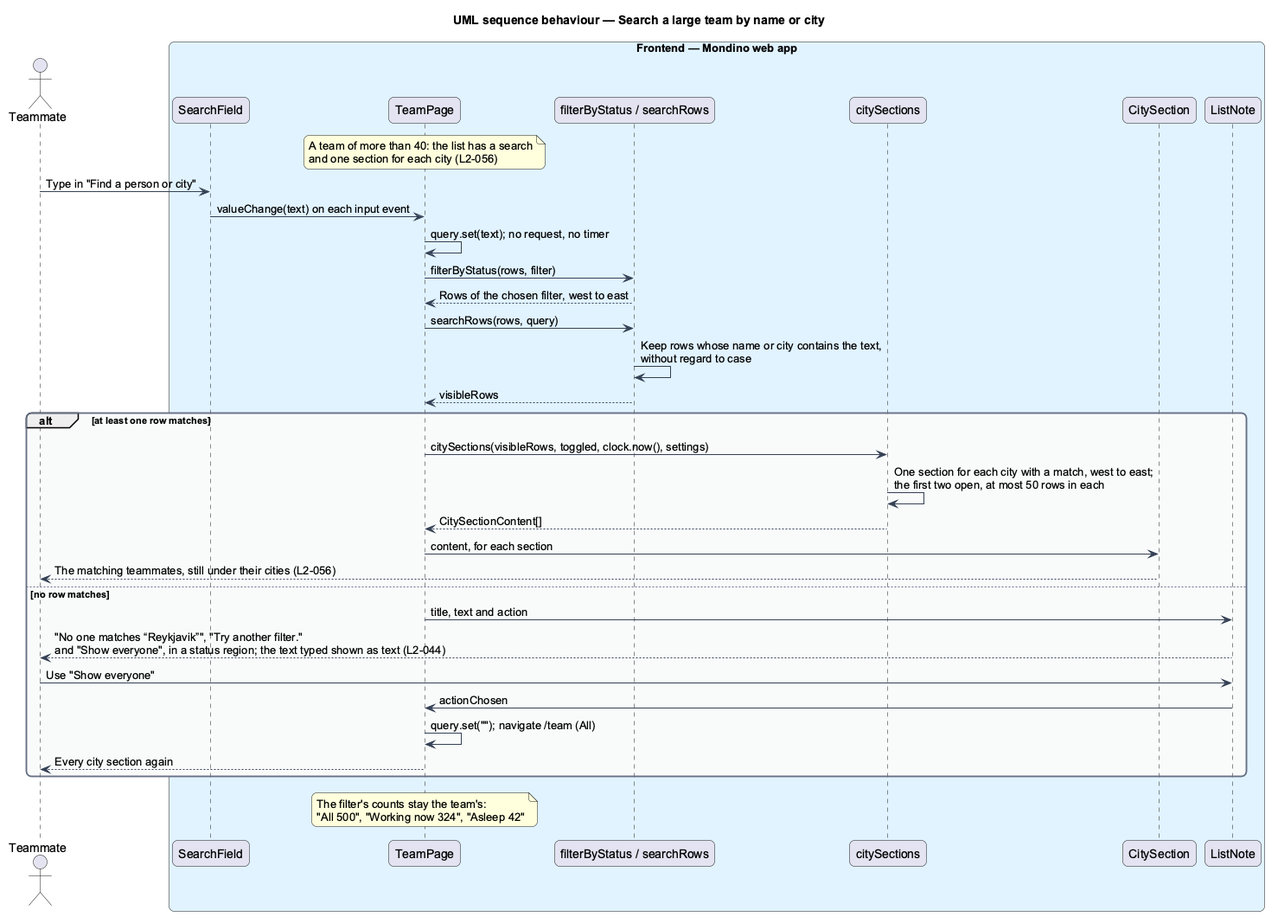
This is docs/detailed-designs/team/view-team-through-the-day/diagrams/sequence-search-team.png from QuinntyneBrown/Mondino, a PlantUML export, as it was before one commit.
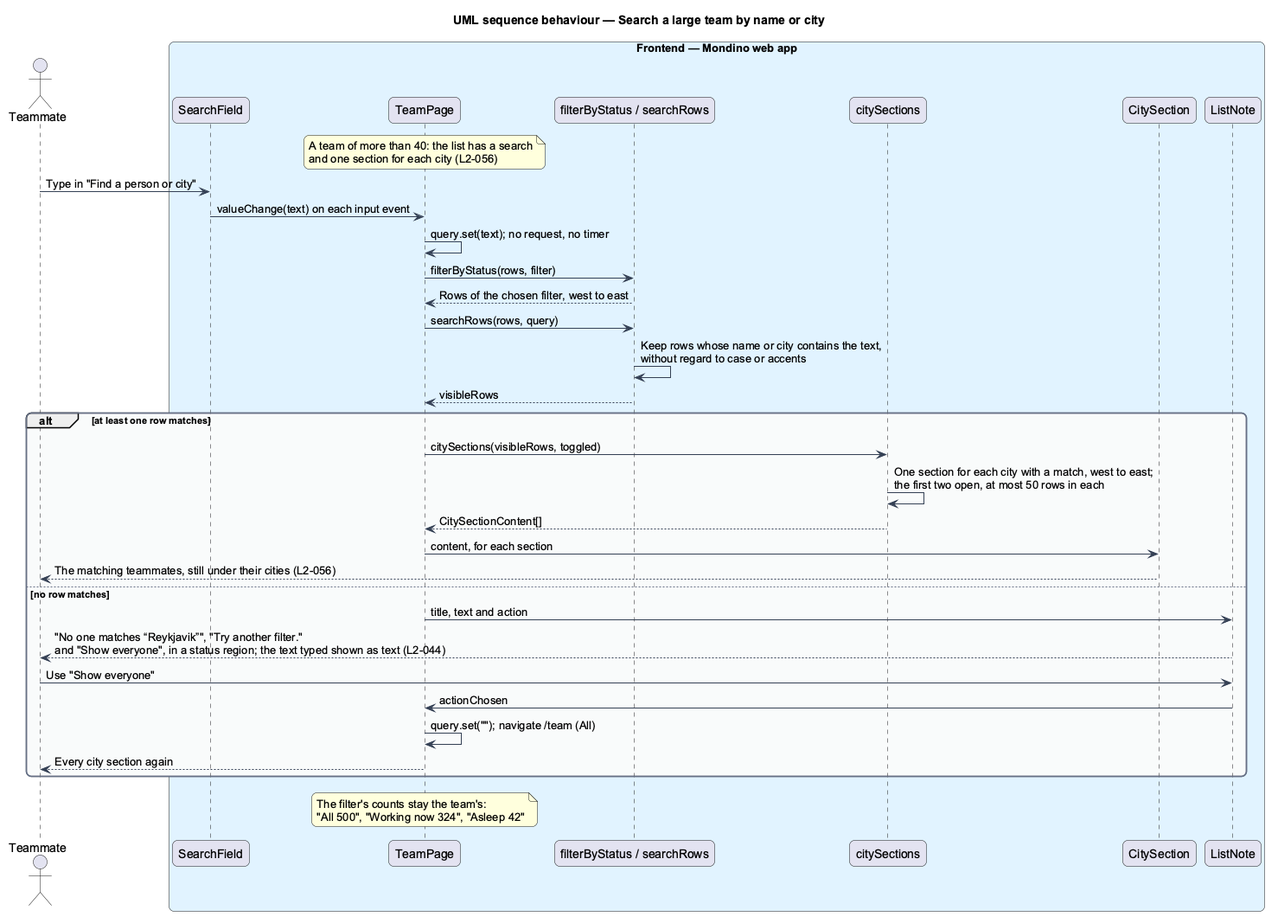
The same file after the commit.

What changed in the source:
```diff
@@ -30,10 +30,10 @@
 page -> fn : filterByStatus(rows, filter)
 fn --> page : Rows of the chosen filter, west to east
 page -> fn : searchRows(rows, query)
-fn -> fn : Keep rows whose name or city contains the text,\nwithout regard to case
+fn -> fn : Keep rows whose name or city contains the text,\nwithout regard to case or accents
 fn --> page : visibleRows
 alt at least one row matches
-  page -> sections : citySections(visibleRows, toggled, clock.now(), settings)
+  page -> sections : citySections(visibleRows, toggled)
   sections -> sections : One section for each city with a match, west to east;\nthe first two open, at most 50 rows in each
   sections --> page : CitySectionContent[]
   page -> city : content, for each section
```
